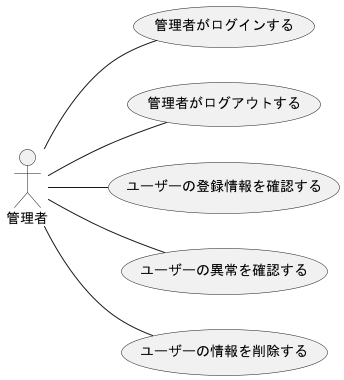
The PlantUML diagram out/F_usecase_admin/管理者.png in ksw2270227/GroupF, before a commit.
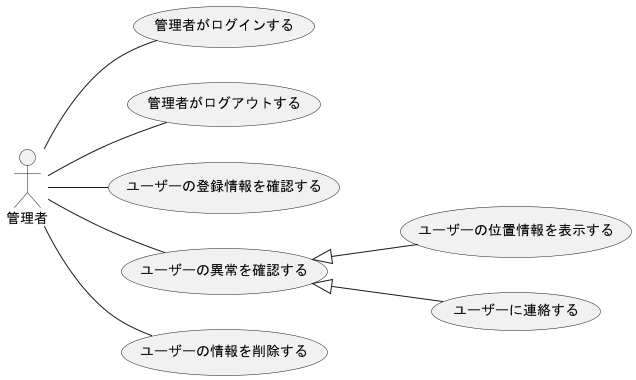
Later version of the same file.

The edit, as a diff of the source:
```diff
@@ -8,6 +8,7 @@
 管理者 -- (ユーザーの異常を確認する)
 管理者 -- (ユーザーの情報を削除する)
 
-
+(ユーザーの異常を確認する) <|-- (ユーザーの位置情報を表示する)
+(ユーザーの異常を確認する) <|-- (ユーザーに連絡する)
 
 @enduml
```
